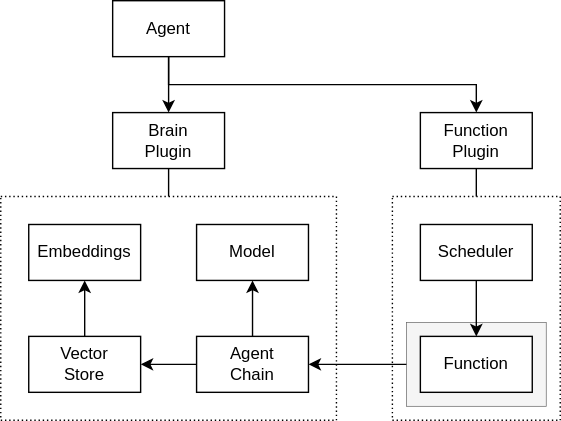
The draw.io diagram docs/docs/design/diagrams/chain.drawio.svg in dxos/dxos, before a commit. Source tidied: cells renumbered, new cells last; positions are measured from the earlier drawing's top-left corner, leaving out a move shared by most shapes.
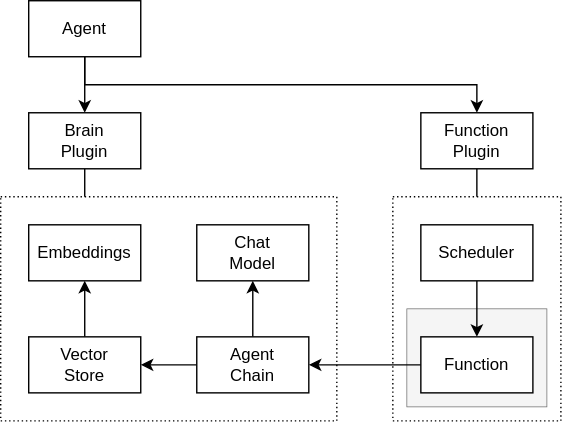
Above is the later version.

What changed in the source:
```diff
@@ -6,7 +6,7 @@
       <mxGeometry x="280" y="140" width="120" height="160" as="geometry" />
     </mxCell>
     <mxCell id="3" style="rounded=0;whiteSpace=wrap;html=1;fillColor=#f5f5f5;fontColor=#333333;strokeColor=#666666;strokeWidth=0.5;" parent="1" vertex="1">
-      <mxGeometry x="290" y="230" width="100" height="60" as="geometry" />
+      <mxGeometry x="290" y="220" width="100" height="70" as="geometry" />
     </mxCell>
     <mxCell id="4" style="rounded=0;whiteSpace=wrap;html=1;fillColor=none;dashed=1;dashPattern=1 2;" parent="1" vertex="1">
       <mxGeometry y="140" width="240" height="160" as="geometry" />
@@ -23,7 +23,7 @@
     <mxCell id="8" style="edgeStyle=none;html=1;endArrow=classic;endFill=1;" parent="1" edge="1" source="20" target="9">
       <mxGeometry relative="1" as="geometry" />
     </mxCell>
-    <mxCell id="9" value="Model" style="rounded=0;whiteSpace=wrap;html=1;" parent="1" vertex="1">
+    <mxCell id="9" value="Chat&lt;br&gt;Model" style="rounded=0;whiteSpace=wrap;html=1;" parent="1" vertex="1">
       <mxGeometry x="140" y="160" width="80" height="40" as="geometry" />
     </mxCell>
     <mxCell id="10" style="edgeStyle=none;html=1;exitX=0.5;exitY=1;exitDx=0;exitDy=0;" parent="1" edge="1" source="12" target="17">
@@ -32,28 +32,28 @@
     <mxCell id="11" style="edgeStyle=none;html=1;exitX=0.5;exitY=1;exitDx=0;exitDy=0;entryX=0.5;entryY=0;entryDx=0;entryDy=0;rounded=0;" parent="1" edge="1" source="12" target="18">
       <mxGeometry relative="1" as="geometry">
         <Array as="points">
-          <mxPoint x="120" y="60" />
+          <mxPoint x="60" y="60" />
           <mxPoint x="340" y="60" />
         </Array>
       </mxGeometry>
     </mxCell>
     <mxCell id="12" value="Agent" style="rounded=0;whiteSpace=wrap;html=1;" parent="1" vertex="1">
-      <mxGeometry x="80" width="80" height="40" as="geometry" />
+      <mxGeometry x="20" width="80" height="40" as="geometry" />
     </mxCell>
     <mxCell id="13" style="edgeStyle=none;html=1;endArrow=none;endFill=0;" parent="1" edge="1" source="18" target="2">
       <mxGeometry relative="1" as="geometry" />
     </mxCell>
-    <mxCell id="14" style="edgeStyle=none;html=1;exitX=0;exitY=0.5;exitDx=0;exitDy=0;endArrow=classic;endFill=1;" parent="1" edge="1" source="3" target="20">
+    <mxCell id="14" style="edgeStyle=none;html=1;endArrow=classic;endFill=1;" parent="1" edge="1" source="15" target="20">
       <mxGeometry relative="1" as="geometry" />
     </mxCell>
     <mxCell id="15" value="Function" style="rounded=0;whiteSpace=wrap;html=1;" parent="1" vertex="1">
       <mxGeometry x="300" y="240" width="80" height="40" as="geometry" />
     </mxCell>
-    <mxCell id="16" style="edgeStyle=none;rounded=0;html=1;exitX=0.5;exitY=1;exitDx=0;exitDy=0;entryX=0.5;entryY=0;entryDx=0;entryDy=0;endArrow=none;endFill=0;" parent="1" edge="1" source="17" target="4">
+    <mxCell id="16" style="edgeStyle=none;rounded=0;html=1;exitX=0.5;exitY=1;exitDx=0;exitDy=0;entryX=0.25;entryY=0;entryDx=0;entryDy=0;endArrow=none;endFill=0;" parent="1" edge="1" source="17" target="4">
       <mxGeometry relative="1" as="geometry" />
     </mxCell>
     <mxCell id="17" value="Brain&lt;br&gt;Plugin" style="rounded=0;whiteSpace=wrap;html=1;" parent="1" vertex="1">
-      <mxGeometry x="80" y="80" width="80" height="40" as="geometry" />
+      <mxGeometry x="20" y="80" width="80" height="40" as="geometry" />
     </mxCell>
     <mxCell id="18" value="Function&lt;br&gt;Plugin" style="rounded=0;whiteSpace=wrap;html=1;" parent="1" vertex="1">
       <mxGeometry x="300" y="80" width="80" height="40" as="geometry" />
```
